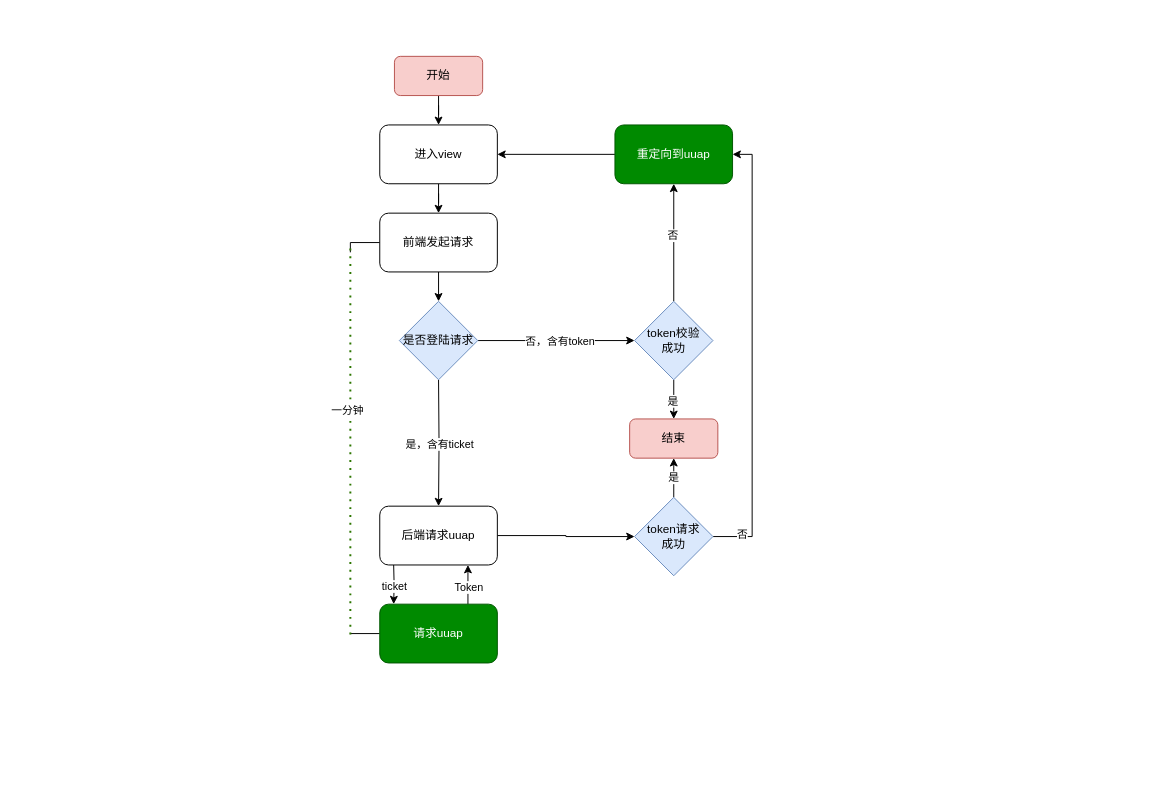
The draw.io diagram login_frame.drawio in lishuai-0/picture_source_file_draw_io, before the edit. Source tidied: cells renumbered, new cells numbered last; positions are measured from the earlier drawing's top-left corner, leaving out a move shared by most shapes. Both pictures are drawn from the tidied source at 98%, with x=0, y=0 at pixel (350, 56).
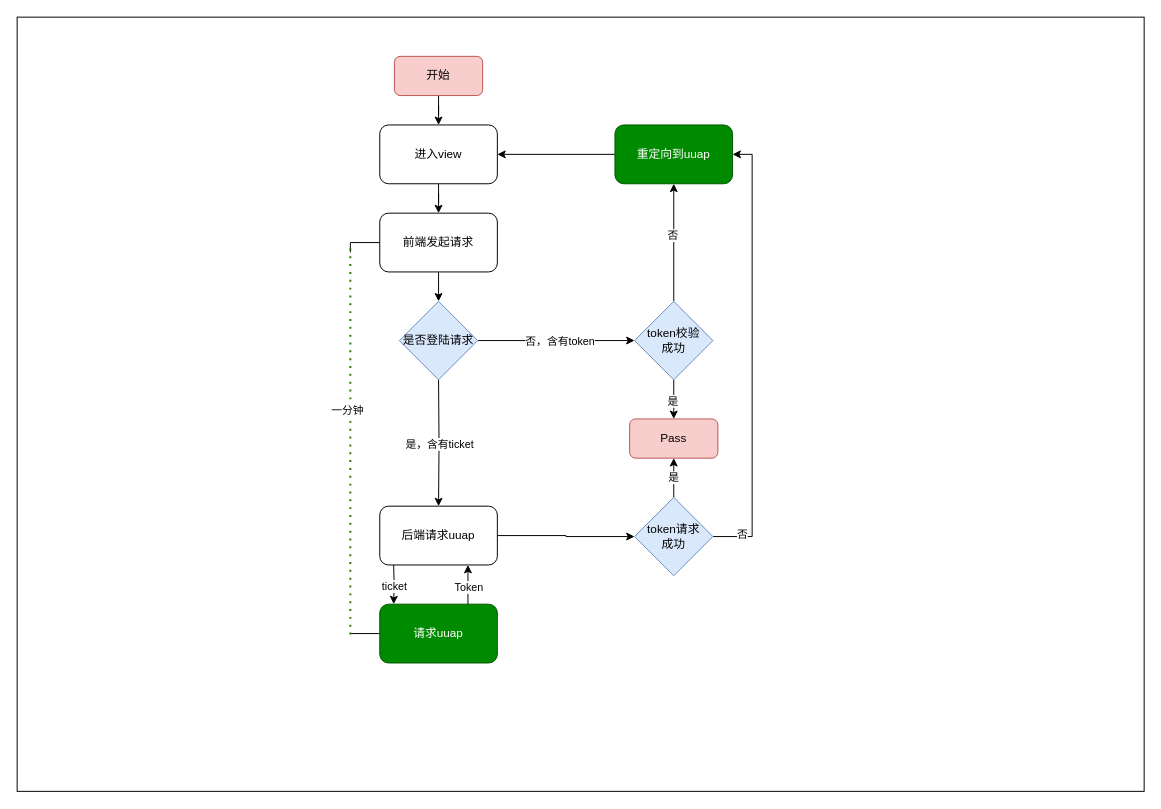
The same diagram, later.

Change to the diagram source:
```diff
@@
+    <mxCell id="37" style="rounded=0;whiteSpace=wrap;html=1;" parent="1" vertex="1">
+      <mxGeometry x="-340" y="-40" width="1150" height="790" as="geometry" />
+    </mxCell>
@@
-    <mxCell id="17" value="结束" style="rounded=1;whiteSpace=wrap;html=1;fillColor=#f8cecc;strokeColor=#b85450;" parent="1" vertex="1">
+    <mxCell id="17" value="Pass" style="rounded=1;whiteSpace=wrap;html=1;fillColor=#f8cecc;strokeColor=#b85450;" parent="1" vertex="1">
       <mxGeometry x="285" y="370" width="90" height="40" as="geometry" />
     </mxCell>
```
